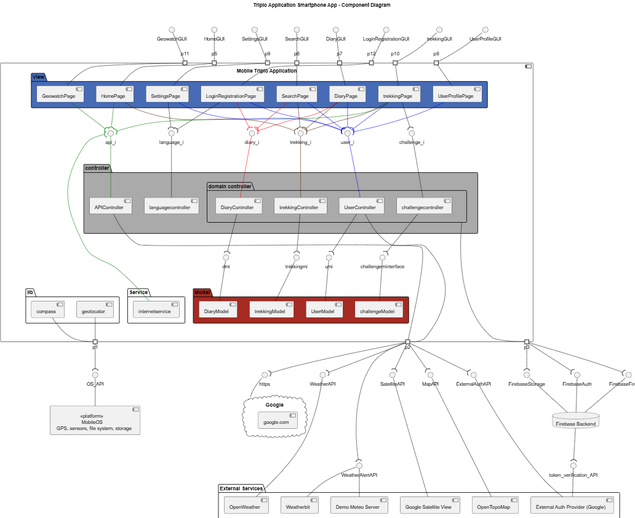
The PlantUML diagram documentation/Diagrams/mobile app component diagram.png in SofiaTerracciano/Triplo, before a commit. Its source is kept beside it as documentation/Diagrams/mobile app component diagram.puml. Its diagram source:
```plantuml
@startuml
title Triplo Application Smartphone App - Component Diagram
top to bottom direction
skinparam rectangle {
  BackgroundColor transparent
  BorderColor transparent
  FontColor transparent
}


rectangle  {


  () HomeGUI
  () SearchGUI


  () LoginRegistrationGUI
  () UserProfileGUI

  () trekkingGUI
  () GeowatchGUI
  () SettingsGUI
  () DiaryGUI
}


component "Mobile Triplo Application" {


  portout p1
  portout p2
  portout p3
























  portin p5
  portin p6


  portin p7
  portin p8
  portin p9
  portin p10
  portin p11
  portin p12


  package "View" #476bb5ff{
    [HomePage]
    [SearchPage]
    [UserProfilePage]
    [LoginRegistrationPage]
    [trekkingPage]
    [GeowatchPage]
    [SettingsPage]
    [DiaryPage]
  }











  rectangle "provaaa" {
  package "controller" #aaaaaa {
    package "domain controller" as domaincontroller{
    [DiaryController]

    [UserController]
    [trekkingController]

    [challengecontroller]

    }
    [APIController]





    [languagecontroller]

  }

}




















rectangle "Prova" {
  package "Service" {
    [internetservice]
  }
  package "Model" #a62b22ff{
    [DiaryModel]
    [UserModel]
    [trekkingModel]
    [challengeModel]
  }
  package "lib" {
    [geolocator]
    [compass]
  }
}


interface dmi
interface umi
interface trekkingmi
interface challengeminterface
  DiaryController -down-( dmi
  dmi -down- DiaryModel
  UserController -down-( umi
  umi -down- UserModel
  trekkingController -down( trekkingmi
  trekkingmi -down- trekkingModel
  challengecontroller -down-( challengeminterface
  challengeminterface -down- challengeModel





interface diary_i
interface user_i
interface trekking_i
interface challenge_i
interface language_i
interface api_i


HomePage -down[#green]-( api_i
api_i -[#green]- APIController


HomePage -down[#482408]-( trekking_i
trekking_i -down[#482408]- trekkingController

LoginRegistrationPage -down[#blue]-( user_i
user_i -down[#blue]- UserController
LoginRegistrationPage -down[#red]-( diary_i





diary_i -down[#red]- DiaryController


LoginRegistrationPage -down-( language_i
language_i -- languagecontroller

UserProfilePage -down[#blue]-( user_i

trekkingPage -[#482408]-( trekking_i
trekkingPage -[#blue]-( user_i
trekkingPage -[#green]-( api_i
trekkingPage --( challenge_i
challenge_i -- challengecontroller
DiaryPage -[#red]-( diary_i
DiaryPage -[#blue]-( user_i
DiaryPage -[#482408]-( trekking_i

GeowatchPage -[#green]-( api_i

SettingsPage -[#blue]-( user_i
SettingsPage --( language_i





SearchPage -[#red]-( diary_i
SearchPage -[#blue]-( user_i
SearchPage -[#482408]-( trekking_i













geolocator -- p1
compass -- p1











domaincontroller -- p3




interface " " as prova #transparent


}






























database "Firebase Backend" as Backend
















component "                  <<platform>> \n                   MobileOS\n GPS, sensors, file system, storage" as OS














HomePage -- p5
p5 -up- HomeGUI

SearchPage -- p6
p6 -up- SearchGUI




UserProfilePage -- p8
p8 -up- UserProfileGUI



LoginRegistrationPage -- p12
p12 -up- LoginRegistrationGUI






GeowatchPage -- p11
p11 -up- GeowatchGUI



SettingsPage -- p9
p9 -up- SettingsGUI

trekkingPage -- p10
p10 -up- trekkingGUI

DiaryPage -- p7
p7 -up- DiaryGUI




UserController -down- p2









































interface FirebaseAuth
p3 --( FirebaseAuth
FirebaseAuth -- Backend













interface OS_API
p1 --( OS_API
OS_API -- OS



interface FirebaseFirestore
p3 --( FirebaseFirestore
FirebaseFirestore -- Backend




interface FirebaseStorage
p3 --( FirebaseStorage
FirebaseStorage -- Backend





cloud Google{
  [google.com]
}







internetservice -[#green]-( api_i

interface https
p2 --( https
https -- Google
















package "External Services" {
  component "OpenTopoMap" as OpenTopoMap
  component "Google Satellite View" as GSW
  component "OpenWeather" as OpenWeather
  component "Weatherbit" as Weatherbit
  component "External Auth Provider (Google)" as GoogleAuth
    component "Demo Meteo Server" as DemoMeteoServer
}
APIController -down- p2
























interface MapAPI
interface ExternalAuthAPI
interface WeatherAPI

interface WeatherAlertAPI


p2 --( MapAPI
p2 --( ExternalAuthAPI

interface SatelliteAPI





p2 --( WeatherAPI
p2 --( WeatherAlertAPI
p2 --( SatelliteAPI
MapAPI -- OpenTopoMap
ExternalAuthAPI -- GoogleAuth
WeatherAPI -- OpenWeather
WeatherAlertAPI -- Weatherbit
SatelliteAPI -- GSW




WeatherAlertAPI -- DemoMeteoServer

interface token_verification_API
Backend --( token_verification_API
token_verification_API -- GoogleAuth


@enduml
```
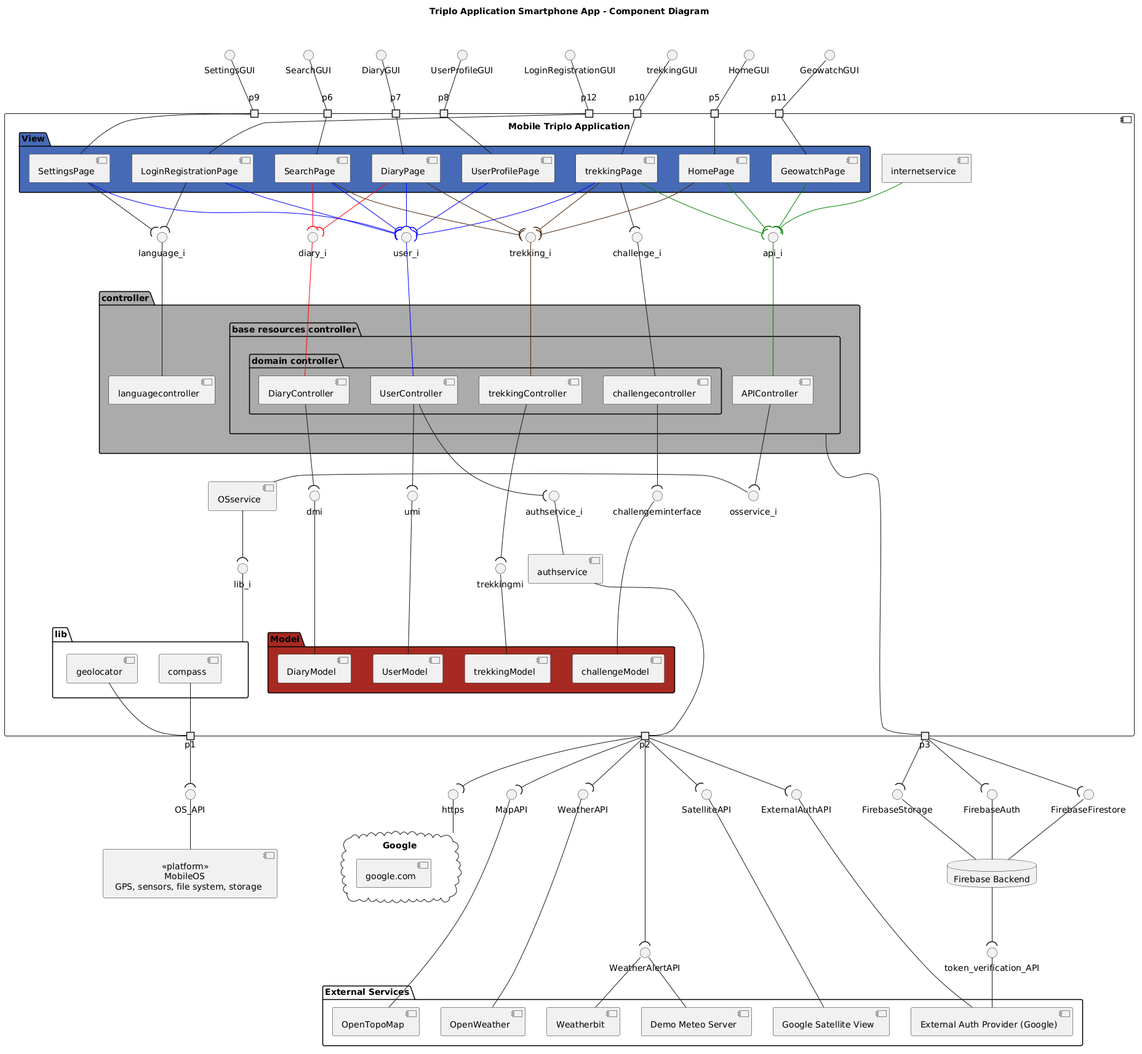
Later version of the same file.

Commit message:
improved mobile app component diagram

Diff of the diagram source:
```diff
@@ -90,12 +90,12 @@
 
   rectangle "provaaa" {
   package "controller" #aaaaaa {
+    package "base resources controller" as backendcontroller{
     package "domain controller" as domaincontroller{
     [DiaryController]
 
     [UserController]
     [trekkingController]
-
     [challengecontroller]
 
     }
@@ -103,7 +103,7 @@
 
 
 
-
+    }
 
     [languagecontroller]
 
@@ -131,9 +131,7 @@
 
 
 rectangle "Prova" {
-  package "Service" {
-    [internetservice]
-  }
+
   package "Model" #a62b22ff{
     [DiaryModel]
     [UserModel]
@@ -181,7 +179,8 @@
 
 LoginRegistrationPage -down[#blue]-( user_i
 user_i -down[#blue]- UserController
-LoginRegistrationPage -down[#red]-( diary_i
+
+
 
 
 
@@ -242,14 +241,31 @@
 
 
 
-domaincontroller -- p3
 
 
 
 
-interface " " as prova #transparent
+backendcontroller -- p3
 
 
+
+
+
+    [internetservice]
+    [authservice]
+    [OSservice]
+
+ interface authservice_i
+ UserController --( authservice_i
+ authservice_i -- authservice
+ authservice -- p2
+
+interface lib_i
+OSservice --( lib_i
+lib_i -- lib
+interface osservice_i
+APIController --( osservice_i
+osservice_i -right- OSservice
 }
 
 
@@ -352,7 +368,6 @@
 
 
 
-UserController -down- p2
 
 
 
@@ -470,7 +485,6 @@
   component "External Auth Provider (Google)" as GoogleAuth
     component "Demo Meteo Server" as DemoMeteoServer
 }
-APIController -down- p2
 
 
 
```
